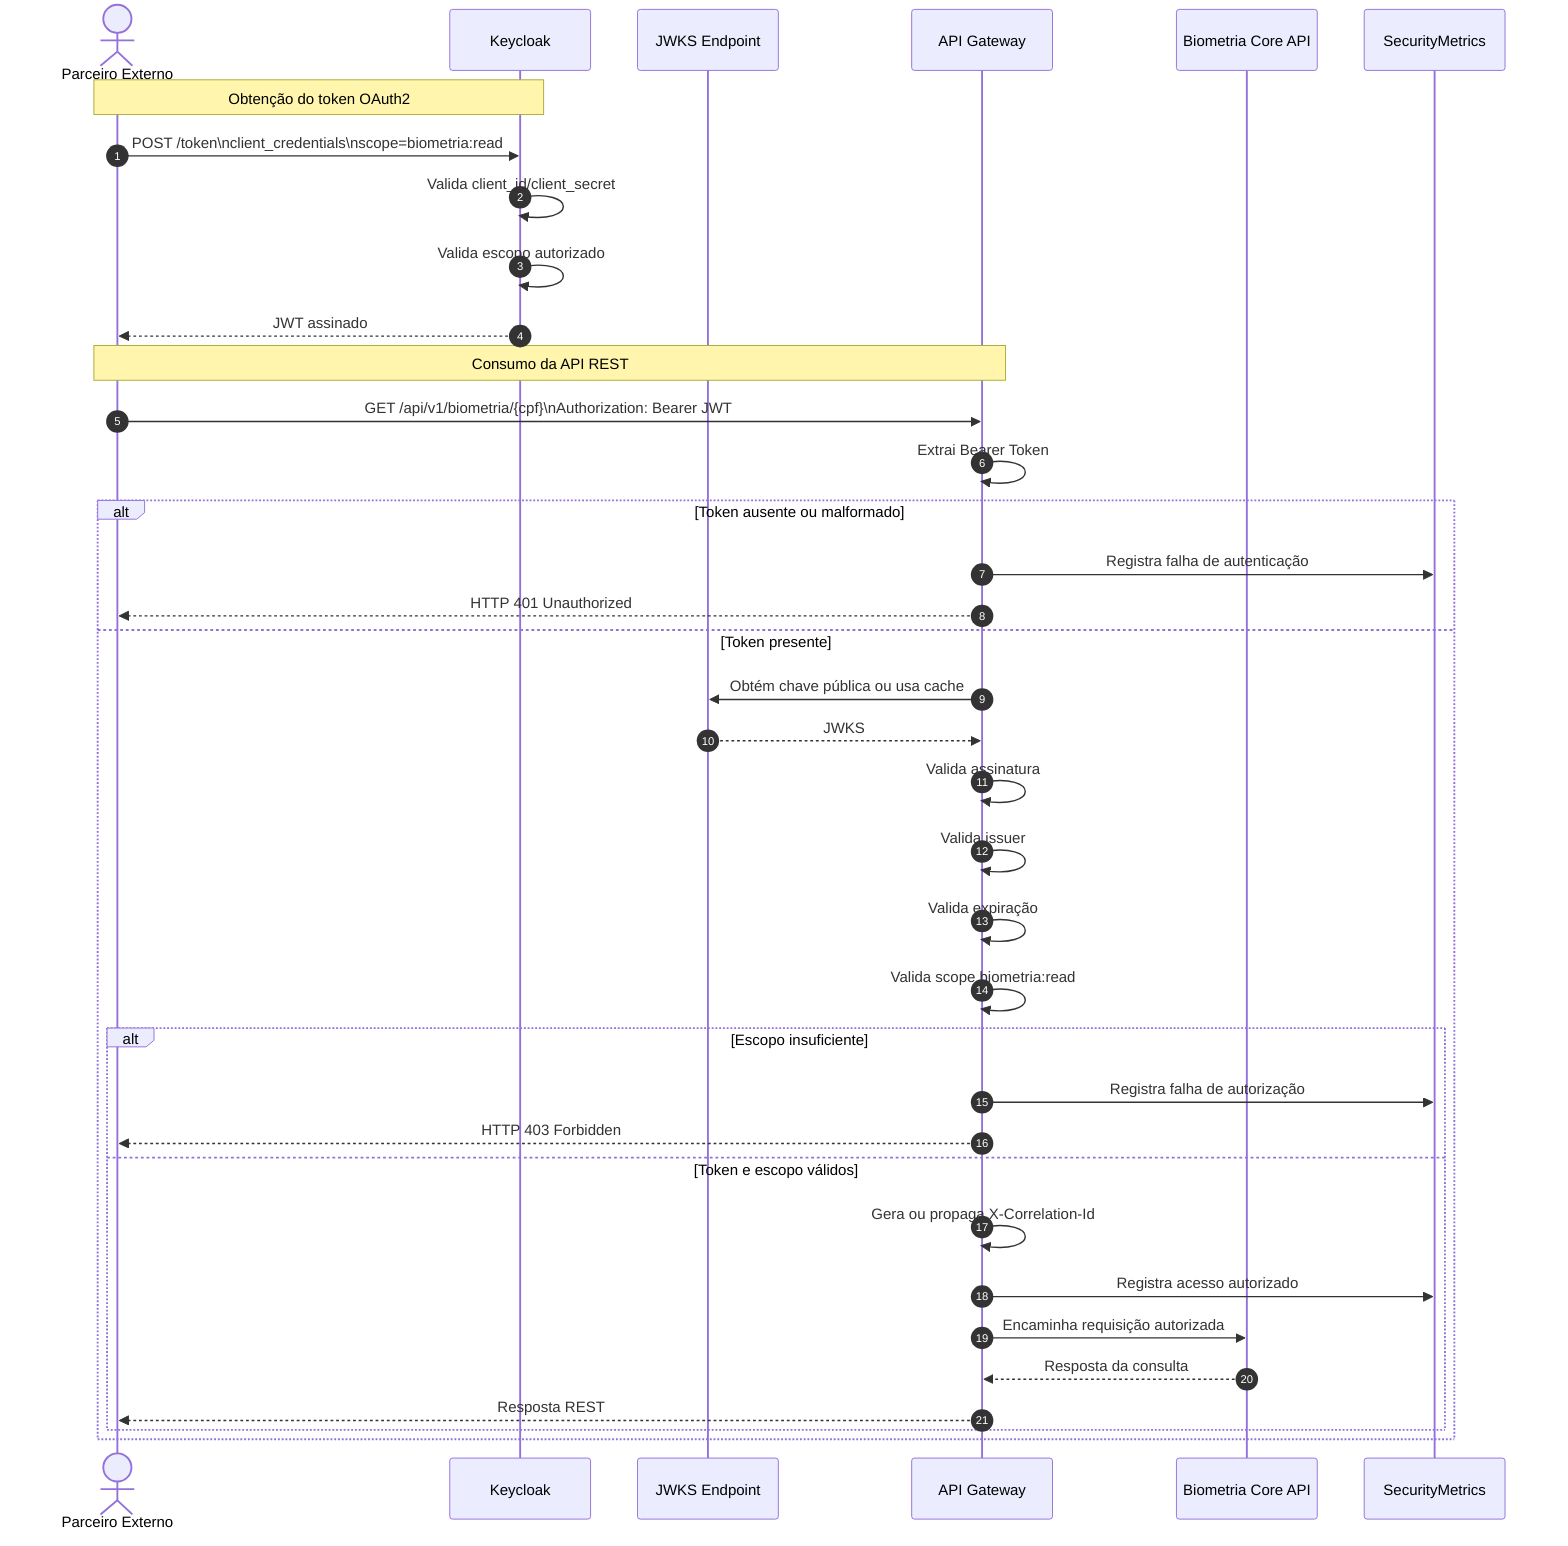
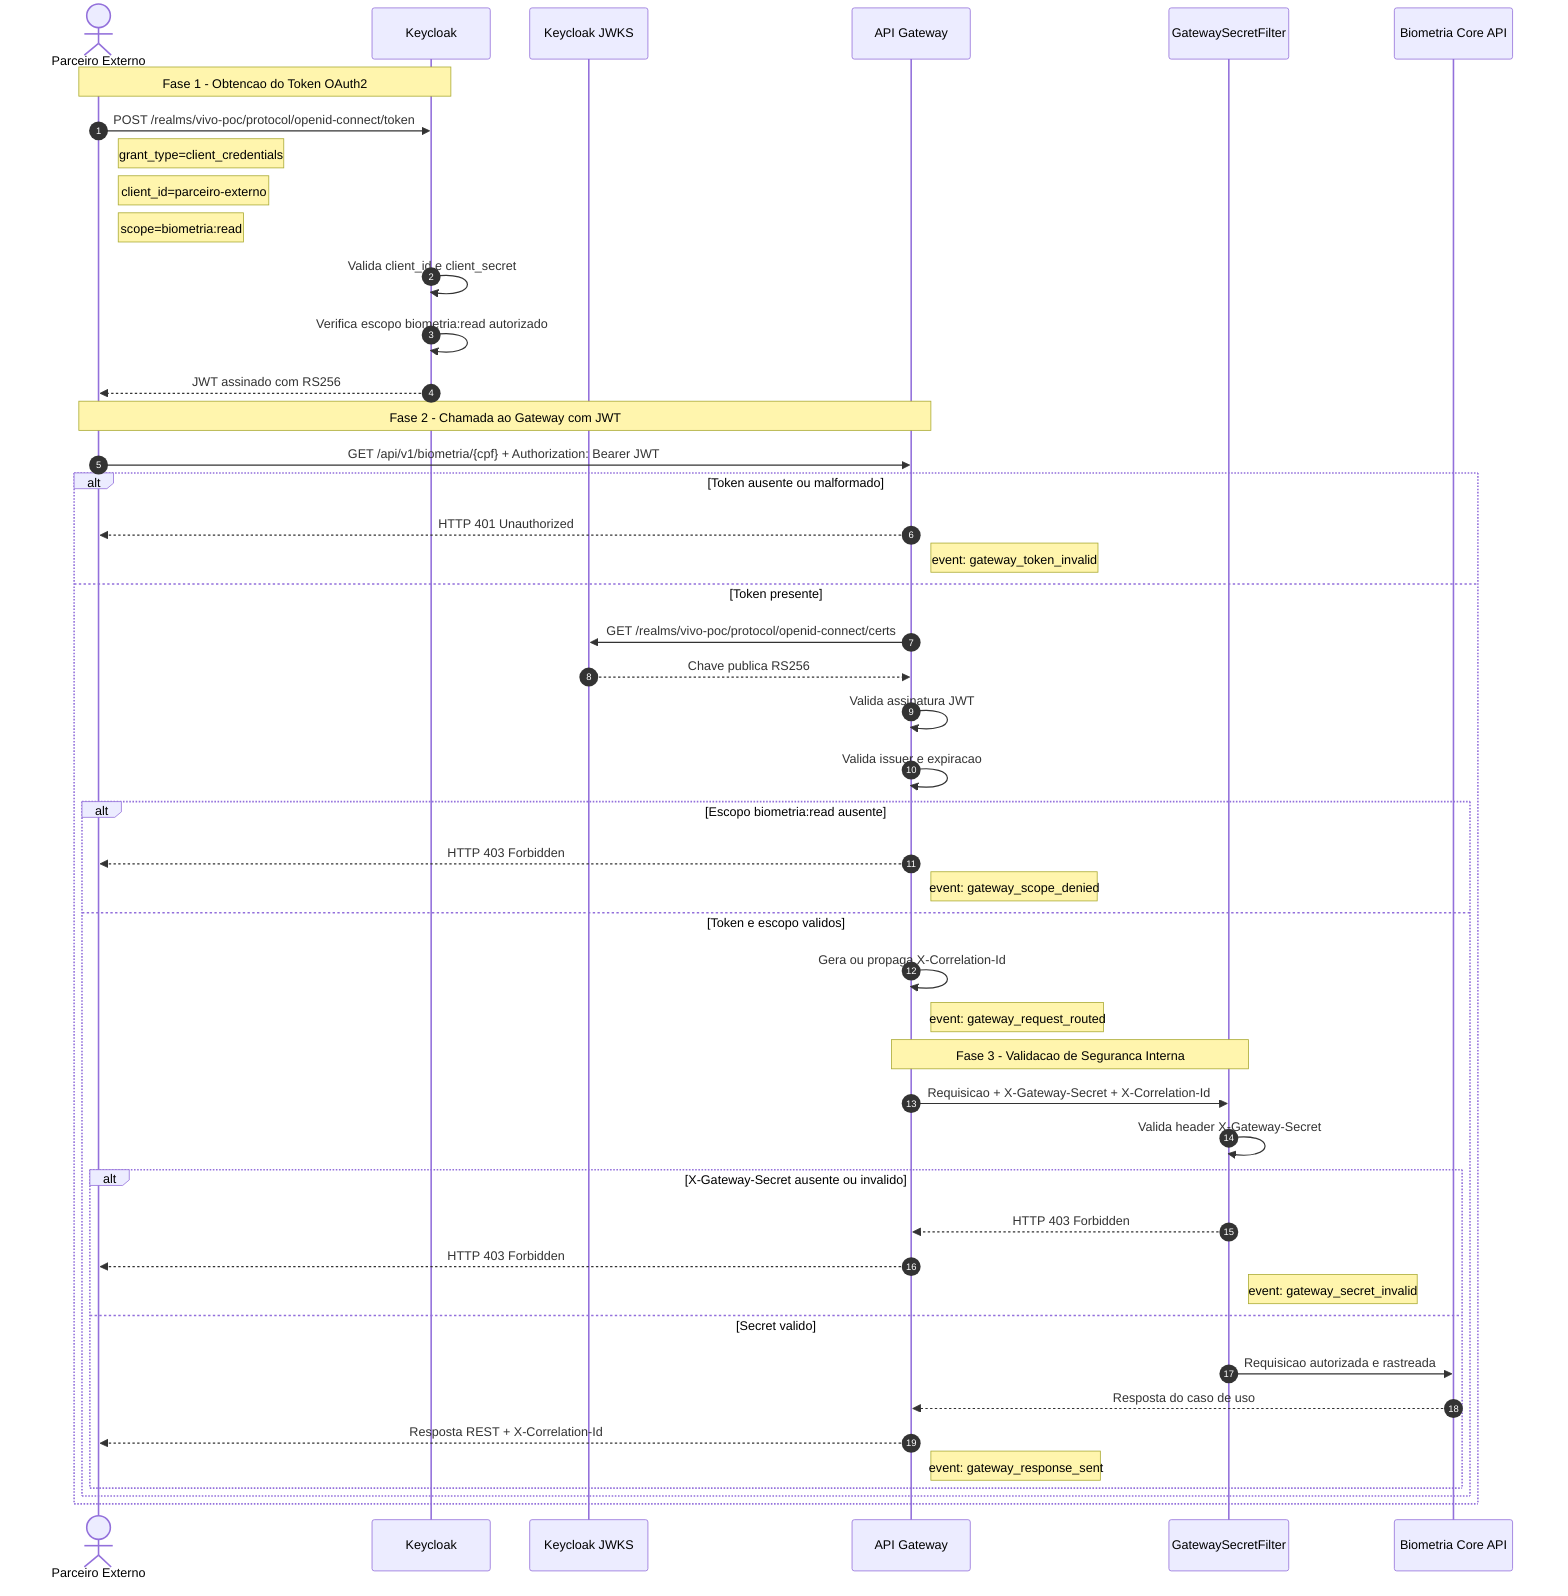
- %% Sequence Diagram - Autenticação OAuth2 Client Credentials
- %% Projeto: POC Vivo – Integração Arquitetural
- %% Artefato: autenticacao-oauth2-client-credentials.mmd
- %% Versão: 1.0
+ %% Sequence Diagram - Autenticacao OAuth2 e Autorizacao por Escopo
+ %% POC Vivo - Integracao Arquitetural
+ %% Versao: 1.1 - Atualizado: SecurityMetrics removido, X-Gateway-Secret incluido, GatewaySecretFilter adicionado

sequenceDiagram
    autonumber

-     actor Partner as Parceiro Externo
+     actor Parceiro as Parceiro Externo
    participant Keycloak
-     participant JWKS as JWKS Endpoint
+     participant JWKS as Keycloak JWKS
    participant Gateway as API Gateway
+     participant GwFilter as GatewaySecretFilter
    participant Core as Biometria Core API
-     participant Metrics as SecurityMetrics

-     Note over Partner,Keycloak: Obtenção do token OAuth2
+     Note over Parceiro,Keycloak: Fase 1 - Obtencao do Token OAuth2

-     Partner->>Keycloak: POST /token\nclient_credentials\nscope=biometria:read
-     Keycloak->>Keycloak: Valida client_id/client_secret
-     Keycloak->>Keycloak: Valida escopo autorizado
-     Keycloak-->>Partner: JWT assinado
+     Parceiro->>Keycloak: POST /realms/vivo-poc/protocol/openid-connect/token
+     Note right of Parceiro: grant_type=client_credentials
+     Note right of Parceiro: client_id=parceiro-externo
+     Note right of Parceiro: scope=biometria:read
+     Keycloak->>Keycloak: Valida client_id e client_secret
+     Keycloak->>Keycloak: Verifica escopo biometria:read autorizado
+     Keycloak-->>Parceiro: JWT assinado com RS256

-     Note over Partner,Gateway: Consumo da API REST
+     Note over Parceiro,Gateway: Fase 2 - Chamada ao Gateway com JWT

-     Partner->>Gateway: GET /api/v1/biometria/{cpf}\nAuthorization: Bearer JWT
-     Gateway->>Gateway: Extrai Bearer Token
+     Parceiro->>Gateway: GET /api/v1/biometria/{cpf} + Authorization: Bearer JWT

    alt Token ausente ou malformado
-         Gateway->>Metrics: Registra falha de autenticação
-         Gateway-->>Partner: HTTP 401 Unauthorized
+         Gateway-->>Parceiro: HTTP 401 Unauthorized
+         Note right of Gateway: event: gateway_token_invalid
    else Token presente
-         Gateway->>JWKS: Obtém chave pública ou usa cache
-         JWKS-->>Gateway: JWKS
-         Gateway->>Gateway: Valida assinatura
-         Gateway->>Gateway: Valida issuer
-         Gateway->>Gateway: Valida expiração
-         Gateway->>Gateway: Valida scope biometria:read
+         Gateway->>JWKS: GET /realms/vivo-poc/protocol/openid-connect/certs
+         JWKS-->>Gateway: Chave publica RS256
+         Gateway->>Gateway: Valida assinatura JWT
+         Gateway->>Gateway: Valida issuer e expiracao

-         alt Escopo insuficiente
-             Gateway->>Metrics: Registra falha de autorização
-             Gateway-->>Partner: HTTP 403 Forbidden
-         else Token e escopo válidos
+         alt Escopo biometria:read ausente
+             Gateway-->>Parceiro: HTTP 403 Forbidden
+             Note right of Gateway: event: gateway_scope_denied
+         else Token e escopo validos
            Gateway->>Gateway: Gera ou propaga X-Correlation-Id
-             Gateway->>Metrics: Registra acesso autorizado
-             Gateway->>Core: Encaminha requisição autorizada
-             Core-->>Gateway: Resposta da consulta
-             Gateway-->>Partner: Resposta REST
+             Note right of Gateway: event: gateway_request_routed
+ 
+             Note over Gateway,GwFilter: Fase 3 - Validacao de Seguranca Interna
+ 
+             Gateway->>GwFilter: Requisicao + X-Gateway-Secret + X-Correlation-Id
+             GwFilter->>GwFilter: Valida header X-Gateway-Secret
+ 
+             alt X-Gateway-Secret ausente ou invalido
+                 GwFilter-->>Gateway: HTTP 403 Forbidden
+                 Gateway-->>Parceiro: HTTP 403 Forbidden
+                 Note right of GwFilter: event: gateway_secret_invalid
+             else Secret valido
+                 GwFilter->>Core: Requisicao autorizada e rastreada
+                 Core-->>Gateway: Resposta do caso de uso
+                 Gateway-->>Parceiro: Resposta REST + X-Correlation-Id
+                 Note right of Gateway: event: gateway_response_sent
+             end
        end
    end
